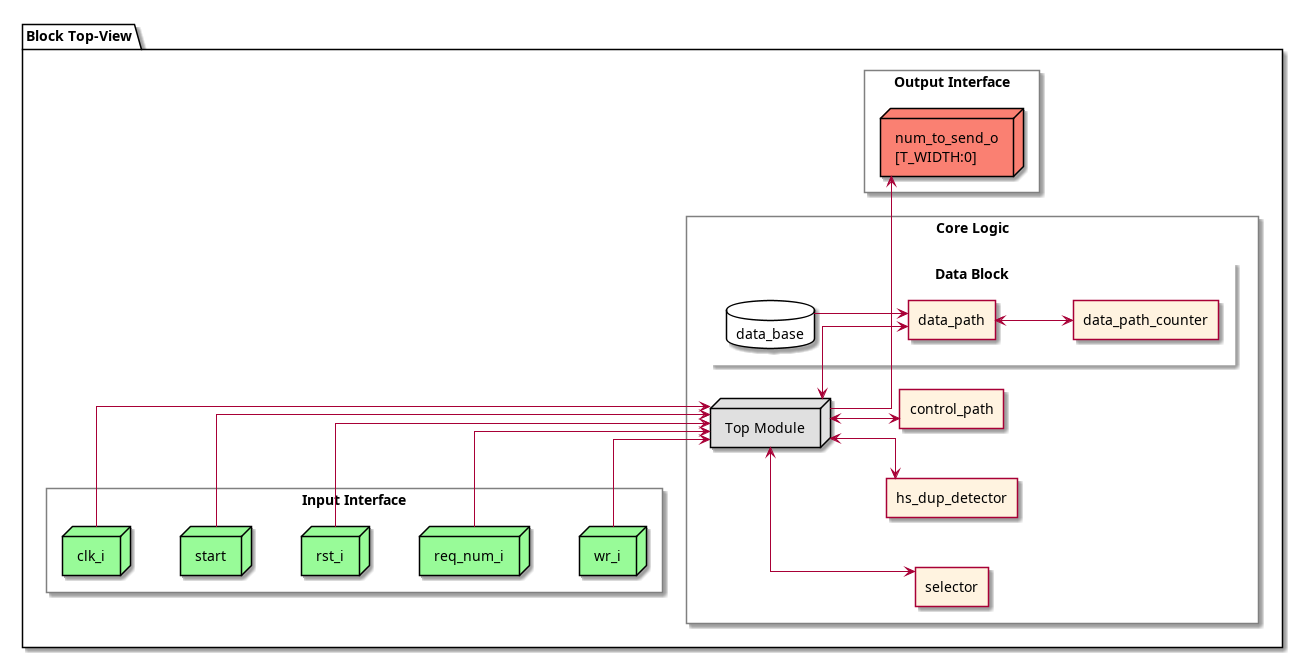
The PlantUML diagram diagrams/topview/topview.png in MattGrossi12/random_number_generator-rng-, before a commit. Its source is kept beside it as diagrams/topview/topview.puml.
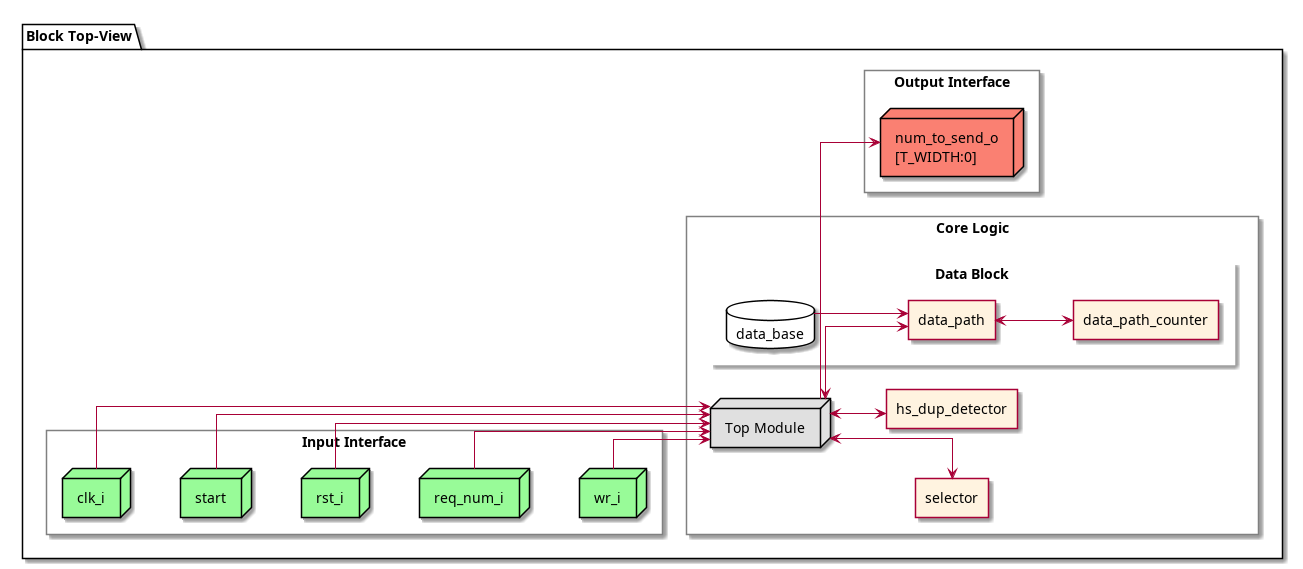
Above is the later version.

Diff of the diagram source:
```diff
@@ -33,7 +33,6 @@
 
         agent "selector"        as RTL_2
         agent "hs_dup_detector" as RTL_3
-        agent "control_path"    as RTL_7
 
         rectangle "Data Block" #line:transparent {
             agent "data_path"         as RTL_4
@@ -55,7 +54,6 @@
 
     RTL_1 <--> RTL_2
     RTL_1 <--> RTL_3
-    RTL_1 <--> RTL_7
     RTL_1 <--> RTL_4
 
     RTL_4 <--> RTL_5
```
